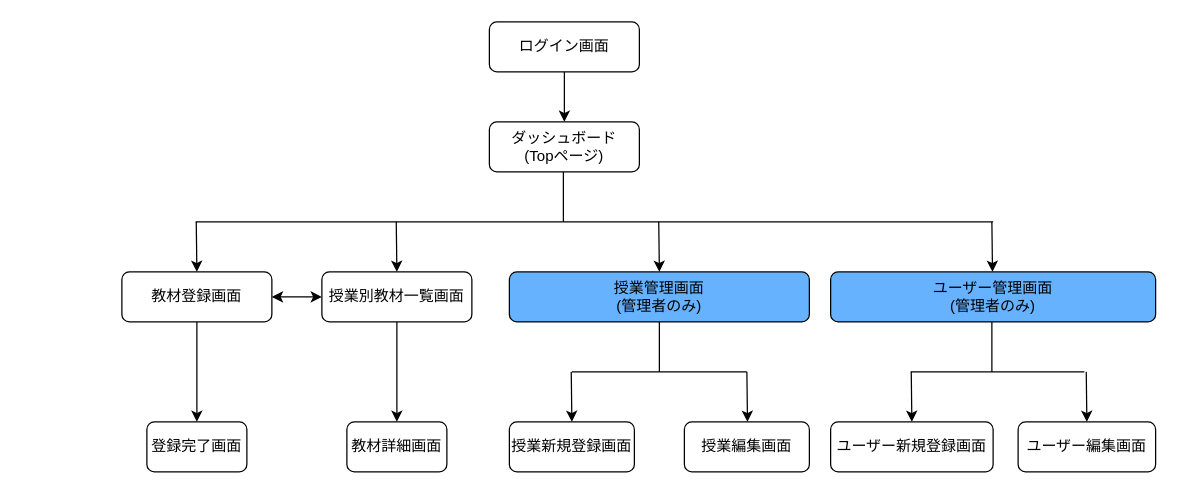
This is screen_transition.drawio from kentsu0901/kyozai_link, a draw.io file, before an edit. Source tidied: cells renumbered, new cells numbered last; positions are measured from the earlier drawing's top-left corner, leaving out a move shared by most shapes. Both pictures are drawn from the tidied source at 125%, with x=0, y=0 at pixel (121, 21).
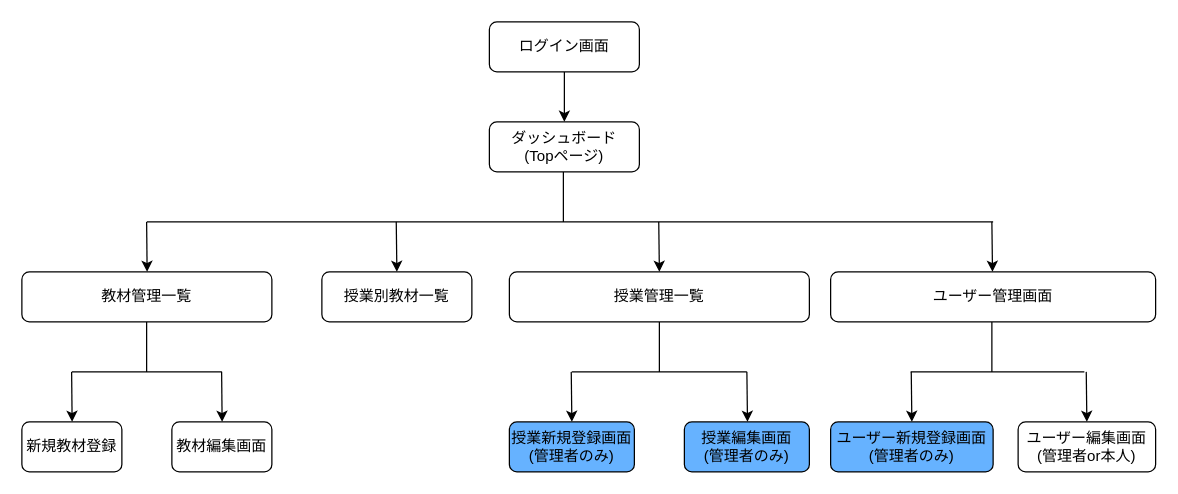
The same diagram, later.

What changed in the source:
```diff
@@
-    <mxCell id="5" style="edgeStyle=none;html=1;startArrow=classic;startFill=1;" parent="1" edge="1" source="7" target="9">
-      <mxGeometry relative="1" as="geometry" />
-    </mxCell>
-    <mxCell id="6" style="edgeStyle=none;html=1;exitX=0.5;exitY=1;exitDx=0;exitDy=0;entryX=0.5;entryY=0;entryDx=0;entryDy=0;" parent="1" edge="1" source="7" target="13">
-      <mxGeometry relative="1" as="geometry" />
-    </mxCell>
-    <mxCell id="7" value="教材登録画面" style="rounded=1;whiteSpace=wrap;html=1;" parent="1" vertex="1">
-      <mxGeometry y="200" width="120" height="40" as="geometry" />
+    <mxCell id="7" value="教材管理一覧" style="rounded=1;whiteSpace=wrap;html=1;" parent="1" vertex="1">
+      <mxGeometry x="-80" y="200" width="200" height="40" as="geometry" />
     </mxCell>
-    <mxCell id="8" style="edgeStyle=none;html=1;exitX=0.5;exitY=1;exitDx=0;exitDy=0;entryX=0.5;entryY=0;entryDx=0;entryDy=0;" parent="1" edge="1" source="9" target="14">
-      <mxGeometry relative="1" as="geometry" />
-    </mxCell>
-    <mxCell id="9" value="授業別教材一覧画面" style="rounded=1;whiteSpace=wrap;html=1;" parent="1" vertex="1">
+    <mxCell id="9" value="授業別教材一覧" style="rounded=1;whiteSpace=wrap;html=1;" parent="1" vertex="1">
       <mxGeometry x="160" y="200" width="120" height="40" as="geometry" />
     </mxCell>
@@
-    <mxCell id="11" value="授業管理画面&lt;br&gt;(管理者のみ)" style="rounded=1;whiteSpace=wrap;html=1;fillColor=#66B2FF;" parent="1" vertex="1">
+    <mxCell id="11" value="授業管理一覧" style="rounded=1;whiteSpace=wrap;html=1;fillColor=#FFFFFF;" parent="1" vertex="1">
       <mxGeometry x="310" y="200" width="240" height="40" as="geometry" />
     </mxCell>
-    <mxCell id="12" value="ユーザー管理画面&lt;br&gt;(管理者のみ)" style="rounded=1;whiteSpace=wrap;html=1;fillColor=#66B2FF;" parent="1" vertex="1">
+    <mxCell id="12" value="ユーザー管理画面" style="rounded=1;whiteSpace=wrap;html=1;fillColor=#FFFFFF;" parent="1" vertex="1">
       <mxGeometry x="567" y="200" width="260" height="40" as="geometry" />
     </mxCell>
-    <mxCell id="13" value="登録完了画面" style="rounded=1;whiteSpace=wrap;html=1;" parent="1" vertex="1">
-      <mxGeometry x="20" y="320" width="80" height="40" as="geometry" />
+    <mxCell id="13" value="新規教材登録" style="rounded=1;whiteSpace=wrap;html=1;" parent="1" vertex="1">
+      <mxGeometry x="-80" y="320" width="80" height="40" as="geometry" />
     </mxCell>
-    <mxCell id="14" value="教材詳細画面" style="rounded=1;whiteSpace=wrap;html=1;" parent="1" vertex="1">
-      <mxGeometry x="180" y="320" width="80" height="40" as="geometry" />
-    </mxCell>
-    <mxCell id="15" value="授業新規登録画面" style="rounded=1;whiteSpace=wrap;html=1;" parent="1" vertex="1">
+    <mxCell id="15" value="授業新規登録画面&lt;br&gt;(管理者のみ)" style="rounded=1;whiteSpace=wrap;html=1;fillColor=#66B2FF;" parent="1" vertex="1">
       <mxGeometry x="310" y="320" width="100" height="40" as="geometry" />
     </mxCell>
-    <mxCell id="16" value="授業編集画面" style="rounded=1;whiteSpace=wrap;html=1;" parent="1" vertex="1">
+    <mxCell id="16" value="授業編集画面&lt;br&gt;(管理者のみ)" style="rounded=1;whiteSpace=wrap;html=1;fillColor=#66B2FF;" parent="1" vertex="1">
       <mxGeometry x="450" y="320" width="100" height="40" as="geometry" />
     </mxCell>
-    <mxCell id="17" value="ユーザー新規登録画面" style="rounded=1;whiteSpace=wrap;html=1;" parent="1" vertex="1">
+    <mxCell id="17" value="ユーザー新規登録画面&lt;br&gt;(管理者のみ)" style="rounded=1;whiteSpace=wrap;html=1;fillColor=#66B2FF;" parent="1" vertex="1">
       <mxGeometry x="567" y="320" width="130" height="40" as="geometry" />
     </mxCell>
-    <mxCell id="18" value="ユーザー編集画面" style="rounded=1;whiteSpace=wrap;html=1;" parent="1" vertex="1">
+    <mxCell id="18" value="ユーザー編集画面&lt;br&gt;(管理者or本人)" style="rounded=1;whiteSpace=wrap;html=1;" parent="1" vertex="1">
       <mxGeometry x="717" y="320" width="110" height="40" as="geometry" />
     </mxCell>
     <mxCell id="19" style="endArrow=none;html=1;" parent="1" edge="1">
       <mxGeometry relative="1" as="geometry">
-        <mxPoint x="59" y="160" as="sourcePoint" />
+        <mxPoint x="20" y="160" as="sourcePoint" />
         <mxPoint x="697" y="160" as="targetPoint" />
       </mxGeometry>
     </mxCell>
     <mxCell id="20" style="endArrow=none;html=1;startArrow=classic;startFill=1;" parent="1" edge="1">
       <mxGeometry relative="1" as="geometry">
-        <mxPoint x="60" y="200" as="sourcePoint" />
-        <mxPoint x="59.5" y="160" as="targetPoint" />
+        <mxPoint x="20.2" y="200" as="sourcePoint" />
+        <mxPoint x="19.8" y="160" as="targetPoint" />
       </mxGeometry>
     </mxCell>
@@
+    <mxCell id="32" value="教材編集画面" style="rounded=1;whiteSpace=wrap;html=1;" parent="1" vertex="1">
+      <mxGeometry x="40" y="320" width="80" height="40" as="geometry" />
+    </mxCell>
+    <mxCell id="33" style="endArrow=none;html=1;" parent="1" edge="1">
+      <mxGeometry relative="1" as="geometry">
+        <mxPoint x="-40" y="280" as="sourcePoint" />
+        <mxPoint x="80" y="280" as="targetPoint" />
+      </mxGeometry>
+    </mxCell>
+    <mxCell id="34" style="edgeStyle=none;html=1;exitX=0.5;exitY=1;exitDx=0;exitDy=0;endArrow=none;endFill=0;" parent="1" edge="1">
+      <mxGeometry relative="1" as="geometry">
+        <mxPoint x="19.8" y="240" as="sourcePoint" />
+        <mxPoint x="19.8" y="280" as="targetPoint" />
+      </mxGeometry>
+    </mxCell>
+    <mxCell id="35" style="edgeStyle=none;html=1;entryX=0.5;entryY=0;entryDx=0;entryDy=0;" parent="1" edge="1">
+      <mxGeometry relative="1" as="geometry">
+        <mxPoint x="-40.2" y="280" as="sourcePoint" />
+        <mxPoint x="-39.8" y="320" as="targetPoint" />
+      </mxGeometry>
+    </mxCell>
+    <mxCell id="36" style="edgeStyle=none;html=1;entryX=0.5;entryY=0;entryDx=0;entryDy=0;" parent="1" edge="1">
+      <mxGeometry relative="1" as="geometry">
+        <mxPoint x="79.8" y="280" as="sourcePoint" />
+        <mxPoint x="80.2" y="320" as="targetPoint" />
+      </mxGeometry>
+    </mxCell>
```
